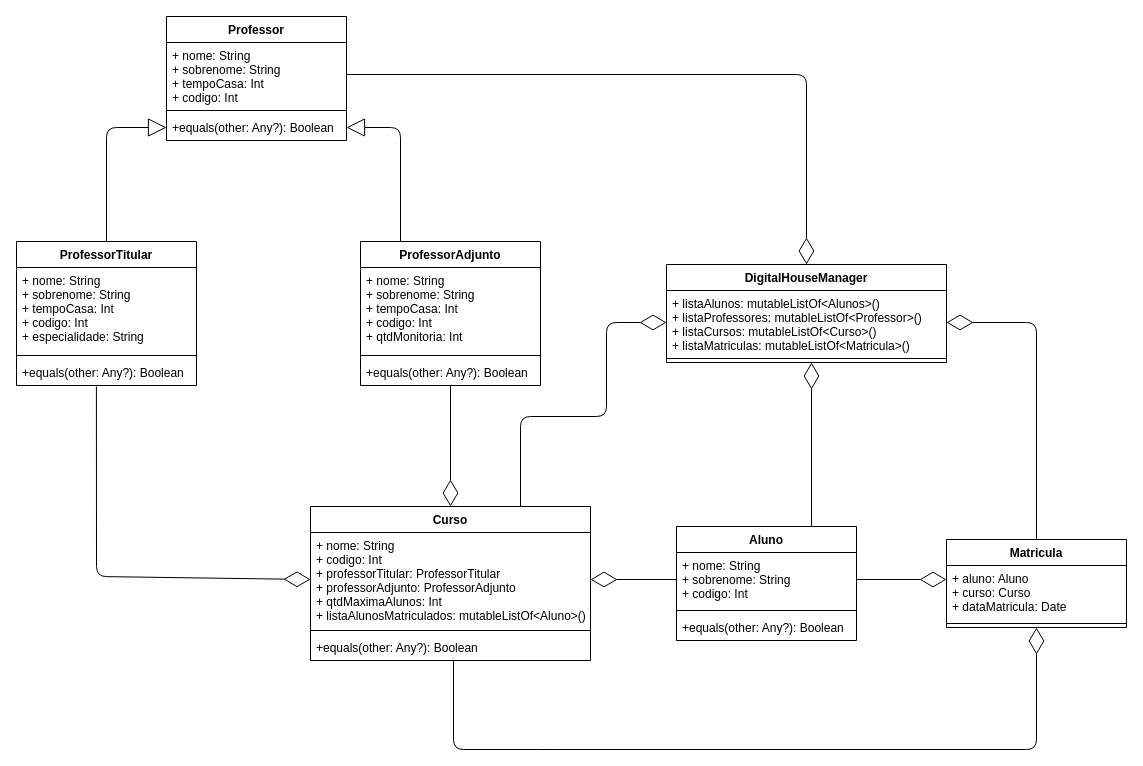
Earlier version of the draw.io diagram UML/Diagrama Desafio Kotlin.drawio (MarcusLoureiro/DesafioKotlin). Source tidied: cells renumbered, new cells numbered last; positions are measured from the earlier drawing's top-left corner, leaving out a move shared by most shapes. Both pictures are drawn from the tidied source at 100%, with x=0, y=0 at pixel (16, 16).
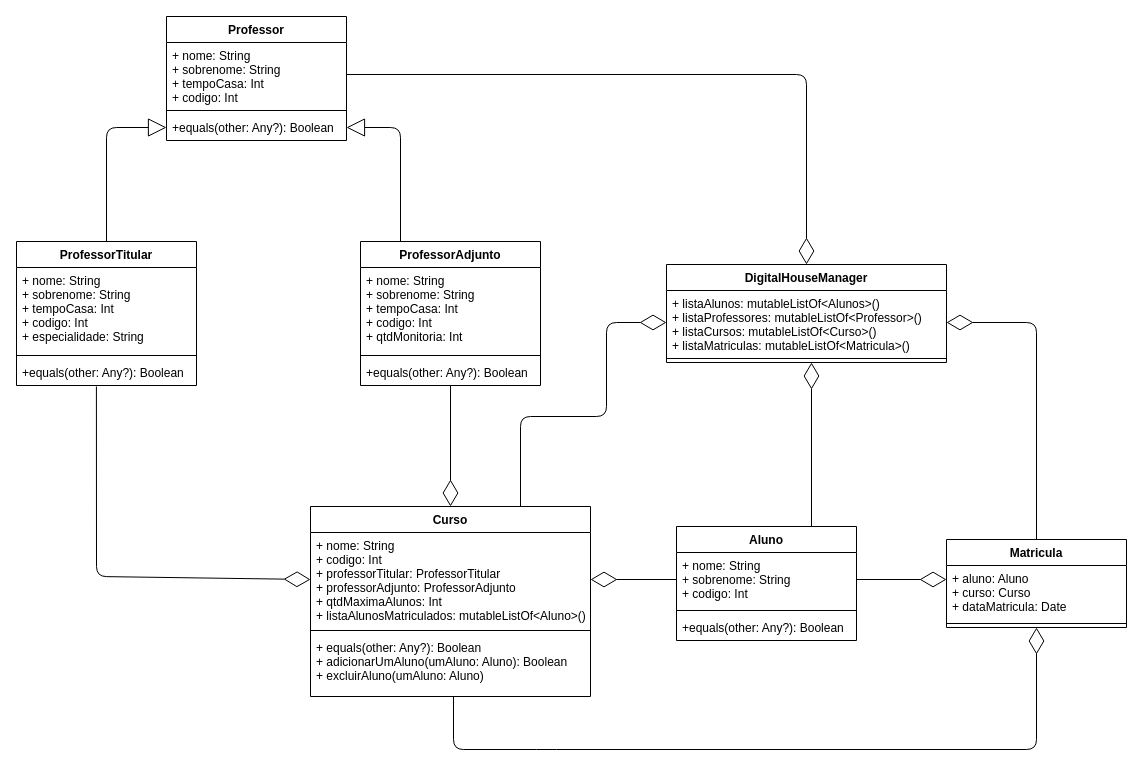
Above is the later version.

The change refers to these unchanged cells:
```xml
<mxCell id="25" value="Matricula" style="swimlane;fontStyle=1;align=center;verticalAlign=top;horizontal=1;startSize=26;" parent="1" vertex="1">
  <mxGeometry x="930" y="523" width="180" height="88" as="geometry" />
</mxCell>
```

What changed in the source:
```diff
@@
     <mxCell id="12" value="Curso" style="swimlane;fontStyle=1;align=center;verticalAlign=top;horizontal=1;startSize=26;" parent="1" vertex="1">
-      <mxGeometry x="294" y="490" width="280" height="154" as="geometry" />
+      <mxGeometry x="294" y="490" width="280" height="190" as="geometry" />
     </mxCell>
@@
-    <mxCell id="15" value="+equals(other: Any?): Boolean " style="text;strokeColor=none;fillColor=none;align=left;verticalAlign=top;spacingLeft=4;spacingRight=4;overflow=hidden;" parent="12" vertex="1">
-      <mxGeometry y="128" width="280" height="26" as="geometry" />
+    <mxCell id="15" value="+ equals(other: Any?): Boolean &#10;+ adicionarUmAluno(umAluno: Aluno): Boolean&#10;+ excluirAluno(umAluno: Aluno)" style="text;strokeColor=none;fillColor=none;align=left;verticalAlign=top;spacingLeft=4;spacingRight=4;overflow=hidden;" parent="12" vertex="1">
+      <mxGeometry y="128" width="280" height="62" as="geometry" />
     </mxCell>
@@
     <mxCell id="23" style="endArrow=diamondThin;endFill=0;endSize=24;html=1;entryX=0.5;entryY=1;entryDx=0;entryDy=0;" parent="1" edge="1" target="25">
       <mxGeometry relative="1" as="geometry">
-        <mxPoint x="437" y="644" as="sourcePoint" />
+        <mxPoint x="437" y="680" as="sourcePoint" />
         <Array as="points">
           <mxPoint x="437" y="733" />
           <mxPoint x="530" y="733" />
           <mxPoint x="1020" y="733" />
         </Array>
       </mxGeometry>
     </mxCell>
```
